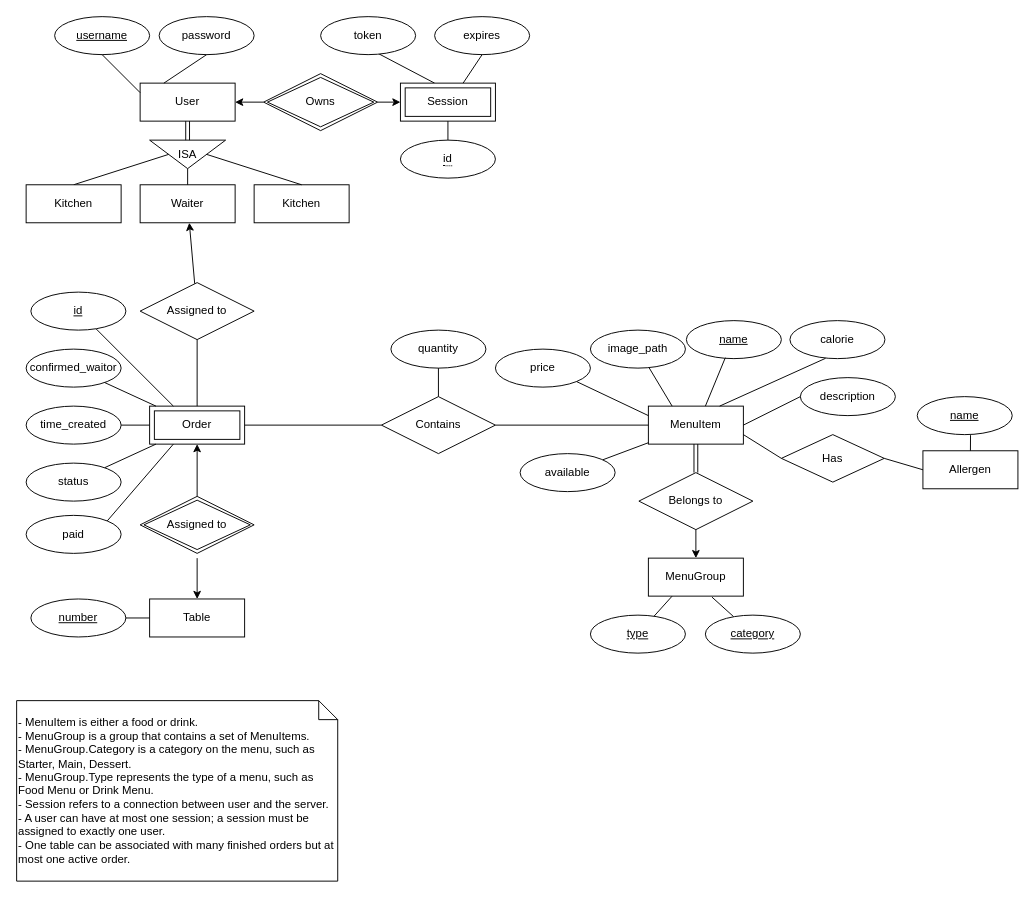
Before: doc/backend/database-design/ER-diagram.drawio in Spencer-Georgiou/Uni-Y2-Team, a draw.io diagram. Source tidied: cells renumbered, new cells numbered last; positions are measured from the earlier drawing's top-left corner, leaving out a move shared by most shapes. Both pictures are drawn from the tidied source at 95%, with x=0, y=0 at pixel (16, 16).
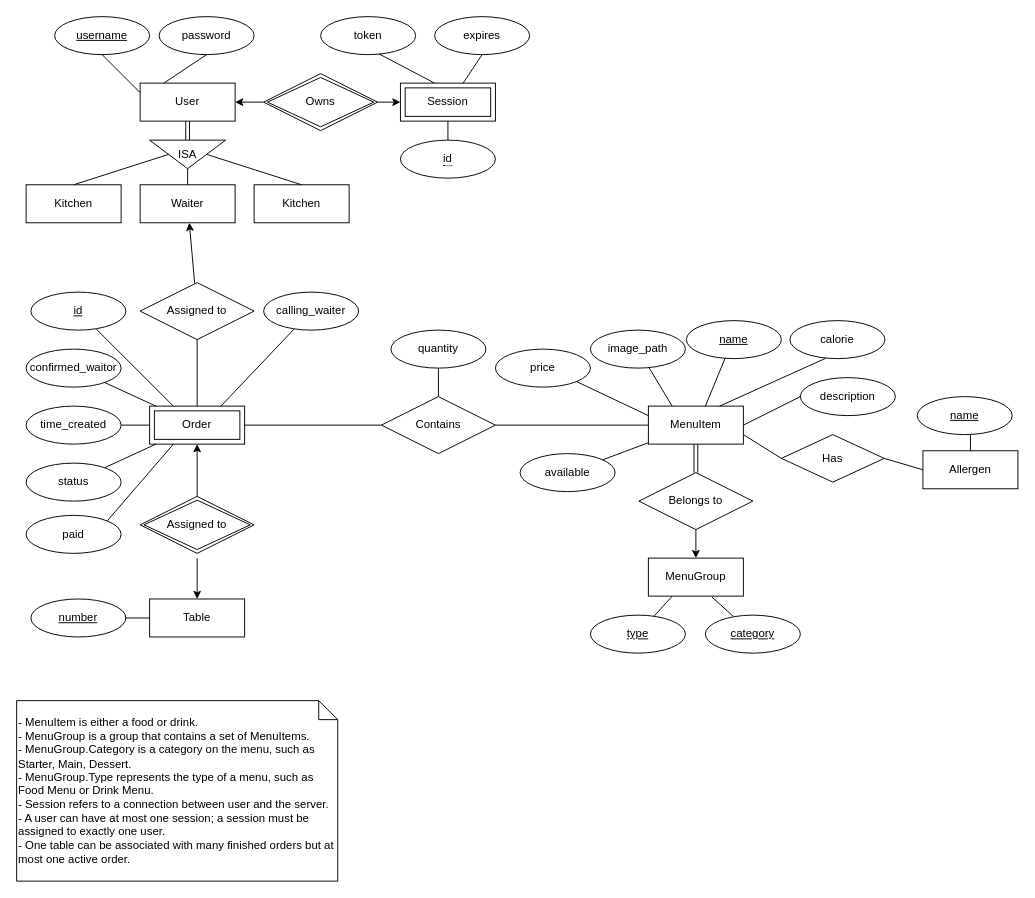
After the change.

Commit message:
docs(ER-diagram): add "calling_waiter" field in Order entity

Unchanged cells that the change refers to:
```xml
<mxCell id="41" value="Order" style="shape=ext;margin=3;double=1;whiteSpace=wrap;html=1;align=center;" parent="1" vertex="1">
  <mxGeometry x="140" y="410" width="100" height="40" as="geometry" />
</mxCell>
```

What changed in the source:
```diff
@@
+    <mxCell id="78" style="edgeStyle=none;html=1;entryX=0.75;entryY=0;entryDx=0;entryDy=0;endArrow=none;endFill=0;" parent="1" edge="1" source="79" target="41">
+      <mxGeometry relative="1" as="geometry" />
+    </mxCell>
+    <mxCell id="79" value="calling_waiter" style="ellipse;whiteSpace=wrap;html=1;align=center;" parent="1" vertex="1">
+      <mxGeometry x="260" y="290" width="100" height="40" as="geometry" />
+    </mxCell>
```
